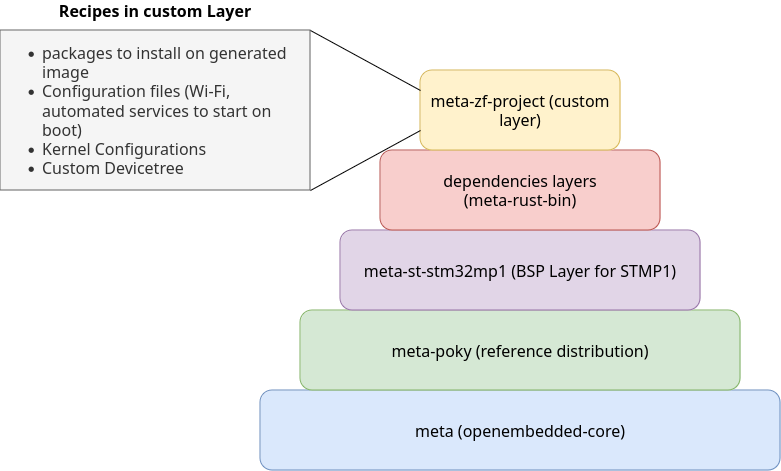
Earlier version of the draw.io export FinalPresentation-Release/assets/diagrams/layers.png (DMGDy/ECE4820-Presentation). Source tidied: cells renumbered, new cells last; positions are measured from the earlier drawing's top-left corner, leaving out a move shared by most shapes.
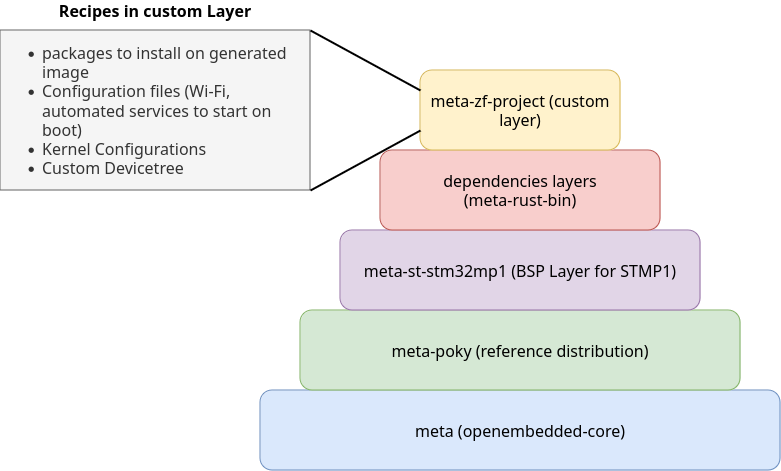
Above is the later version.

The edit, as a diff of the source:
```diff
@@ -1,4 +1,4 @@
-<mxGraphModel>
+<mxGraphModel background="#ffffff">
   <root>
     <mxCell id="0" />
     <mxCell id="1" parent="0" />
@@ -23,10 +23,10 @@
     <mxCell id="8" value="Recipes in custom Layer" style="text;html=1;align=center;verticalAlign=middle;whiteSpace=wrap;rounded=0;fontFamily=Lucida Console;fontSize=16;fontStyle=1;" parent="1" vertex="1">
       <mxGeometry x="51.2" width="207.5" height="20" as="geometry" />
     </mxCell>
-    <mxCell id="9" style="endArrow=none;html=1;rounded=0;exitX=1;exitY=0;exitDx=0;exitDy=0;entryX=0;entryY=0.25;entryDx=0;entryDy=0;fontSize=16;" parent="1" edge="1" source="7" target="6">
+    <mxCell id="9" style="endArrow=none;html=1;rounded=0;exitX=1;exitY=0;exitDx=0;exitDy=0;entryX=0;entryY=0.25;entryDx=0;entryDy=0;fontSize=16;strokeWidth=2;" parent="1" edge="1" source="7" target="6">
       <mxGeometry relative="1" as="geometry" />
     </mxCell>
-    <mxCell id="10" style="endArrow=none;html=1;rounded=0;entryX=0;entryY=0.75;entryDx=0;entryDy=0;exitX=1;exitY=1;exitDx=0;exitDy=0;fontSize=16;" parent="1" edge="1" source="7" target="6">
+    <mxCell id="10" style="endArrow=none;html=1;rounded=0;entryX=0;entryY=0.75;entryDx=0;entryDy=0;exitX=1;exitY=1;exitDx=0;exitDy=0;fontSize=16;strokeWidth=2;" parent="1" edge="1" source="7" target="6">
       <mxGeometry relative="1" as="geometry" />
     </mxCell>
   </root>
```
